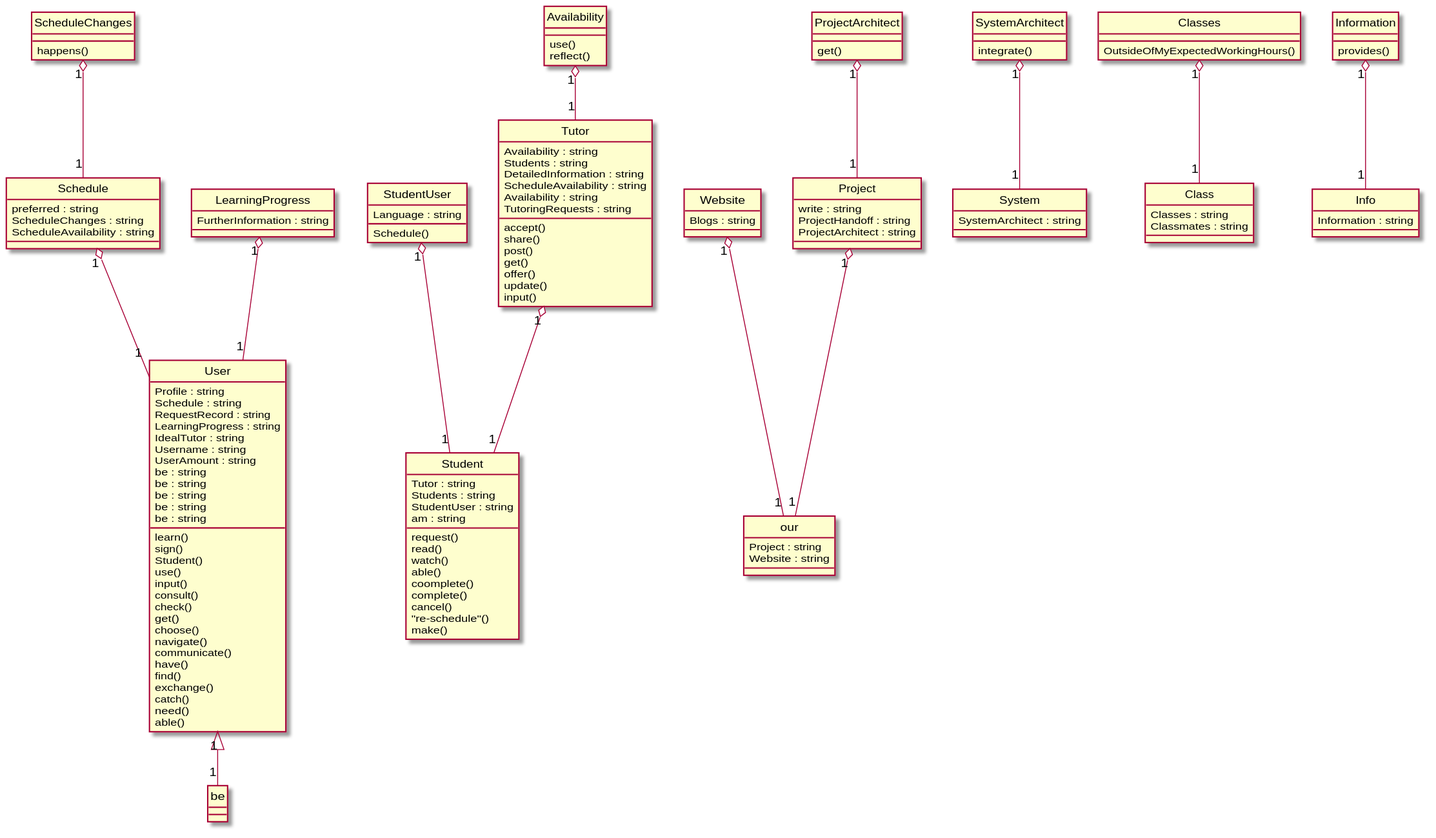
xixixhalu/DomainModelExtractor keeps this PlantUML diagram as Diagrams/2019-USC-Project02.svg. Above is the earlier version. Source of this version:
```plantuml
@startuml
hide circle
class User {
	Profile : string
	Schedule : string
	RequestRecord : string
	LearningProgress : string
	IdealTutor : string
	Username : string
	UserAmount : string
	be : string
	be : string
	be : string
	be : string
	be : string
	learn()
	sign()
	Student()
	use()
	input()
	consult()
	check()
	get()
	choose()
	navigate()
	communicate()
	have()
	find()
	exchange()
	catch()
	need()
	able()
}
class Schedule {
	preferred : string
	ScheduleChanges : string
	ScheduleAvailability : string
}
class Tutor {
	Availability : string
	Students : string
	DetailedInformation : string
	ScheduleAvailability : string
	Availability : string
	TutoringRequests : string
	accept()
	share()
	post()
	get()
	offer()
	update()
	input()
}
class Student {
	Tutor : string
	Students : string
	StudentUser : string
	am : string
	request()
	read()
	watch()
	able()
	coomplete()
	complete()
	cancel()
	"re-schedule"()
	make()
}
class Website {
	Blogs : string
}
class Project {
	write : string
	ProjectHandoff : string
	ProjectArchitect : string
}
class our {
	Project : string
	Website : string
}
class LearningProgress {
	FurtherInformation : string
}
class StudentUser {
	Language : string
	Schedule()
}
class System {
	SystemArchitect : string
}
class Class {
	Classes : string
	Classmates : string
}
class Info {
	Information : string
}
class Information {
	provides()
}
class ScheduleChanges {
	happens()
}
class Classes {
	OutsideOfMyExpectedWorkingHours()
}
class ProjectArchitect {
	get()
}
class SystemArchitect {
	integrate()
}
class Availability {
	use()
	reflect()
}
Availability "1" o-- "1" Tutor
SystemArchitect "1" o-- "1" System
Tutor "1" o-- "1" Student
User "1" <|-- "1" be
Classes "1" o-- "1" Class
StudentUser "1" o-- "1" Student
Schedule "1" o-- "1" User
Information "1" o-- "1" Info
ProjectArchitect "1" o-- "1" Project
LearningProgress "1" o-- "1" User
Website "1" o-- "1" our
ScheduleChanges "1" o-- "1" Schedule
Project "1" o-- "1" our
@enduml
```
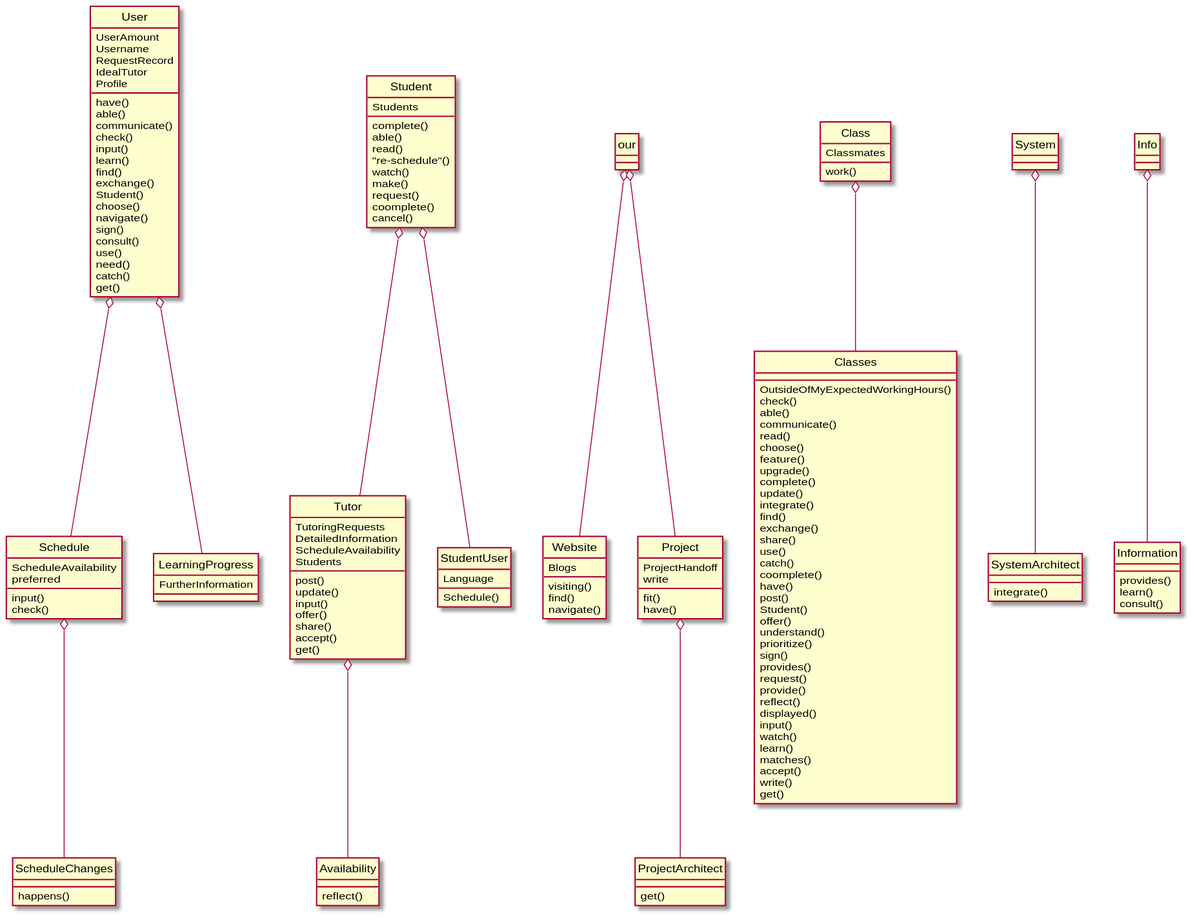
The same diagram one commit later.

Change to the diagram source:
```diff
@@ -1,108 +1,93 @@
 @startuml
 hide circle
 class User {
-	Profile : string
-	Schedule : string
-	RequestRecord : string
-	LearningProgress : string
-	IdealTutor : string
-	Username : string
-	UserAmount : string
-	be : string
-	be : string
-	be : string
-	be : string
-	be : string
+	UserAmount
+	Username
+	RequestRecord
+	IdealTutor
+	Profile
+	have()
+	able()
+	communicate()
+	check()
+	input()
 	learn()
-	sign()
+	find()
+	exchange()
 	Student()
-	use()
-	input()
-	consult()
-	check()
-	get()
 	choose()
 	navigate()
-	communicate()
-	have()
-	find()
-	exchange()
+	sign()
+	consult()
+	use()
+	need()
 	catch()
-	need()
-	able()
+	get()
 }
 class Schedule {
-	preferred : string
-	ScheduleChanges : string
-	ScheduleAvailability : string
+	ScheduleAvailability
+	preferred
+	input()
+	check()
 }
 class Tutor {
-	Availability : string
-	Students : string
-	DetailedInformation : string
-	ScheduleAvailability : string
-	Availability : string
-	TutoringRequests : string
-	accept()
-	share()
+	TutoringRequests
+	DetailedInformation
+	ScheduleAvailability
+	Students
 	post()
-	get()
-	offer()
 	update()
 	input()
+	offer()
+	share()
+	accept()
+	get()
 }
 class Student {
-	Tutor : string
-	Students : string
-	StudentUser : string
-	am : string
+	Students
+	complete()
+	able()
+	read()
+	"re-schedule"()
+	watch()
+	make()
 	request()
-	read()
-	watch()
-	able()
 	coomplete()
-	complete()
 	cancel()
-	"re-schedule"()
-	make()
 }
 class Website {
-	Blogs : string
+	Blogs
+	visiting()
+	find()
+	navigate()
 }
 class Project {
-	write : string
-	ProjectHandoff : string
-	ProjectArchitect : string
+	ProjectHandoff
+	write
+	fit()
+	have()
 }
 class our {
-	Project : string
-	Website : string
 }
 class LearningProgress {
-	FurtherInformation : string
+	FurtherInformation
 }
 class StudentUser {
-	Language : string
+	Language
 	Schedule()
 }
+class Class {
+	Classmates
+	work()
+}
 class System {
-	SystemArchitect : string
-}
-class Class {
-	Classes : string
-	Classmates : string
 }
 class Info {
-	Information : string
 }
 class Information {
 	provides()
-}
-class ScheduleChanges {
-	happens()
-}
-class Classes {
-	OutsideOfMyExpectedWorkingHours()
+	learn()
+	consult()
 }
 class ProjectArchitect {
 	get()
@@ -111,20 +96,59 @@
 	integrate()
 }
 class Availability {
-	use()
 	reflect()
 }
-Availability "1" o-- "1" Tutor
-SystemArchitect "1" o-- "1" System
-Tutor "1" o-- "1" Student
-User "1" <|-- "1" be
-Classes "1" o-- "1" Class
-StudentUser "1" o-- "1" Student
-Schedule "1" o-- "1" User
-Information "1" o-- "1" Info
-ProjectArchitect "1" o-- "1" Project
-LearningProgress "1" o-- "1" User
-Website "1" o-- "1" our
-ScheduleChanges "1" o-- "1" Schedule
-Project "1" o-- "1" our
+class ScheduleChanges {
+	happens()
+}
+class Classes {
+	OutsideOfMyExpectedWorkingHours()
+	check()
+	able()
+	communicate()
+	read()
+	choose()
+	feature()
+	upgrade()
+	complete()
+	update()
+	integrate()
+	find()
+	exchange()
+	share()
+	use()
+	catch()
+	coomplete()
+	have()
+	post()
+	Student()
+	offer()
+	understand()
+	prioritize()
+	sign()
+	provides()
+	request()
+	provide()
+	reflect()
+	displayed()
+	input()
+	watch()
+	learn()
+	matches()
+	accept()
+	write()
+	get()
+}
+User o-- LearningProgress
+Info o-- Information
+Project o-- ProjectArchitect
+Schedule o-- ScheduleChanges
+our o-- Website
+Tutor o-- Availability
+our o-- Project
+System o-- SystemArchitect
+Student o-- Tutor
+Class o-- Classes
+Student o-- StudentUser
+User o-- Schedule
 @enduml
```
